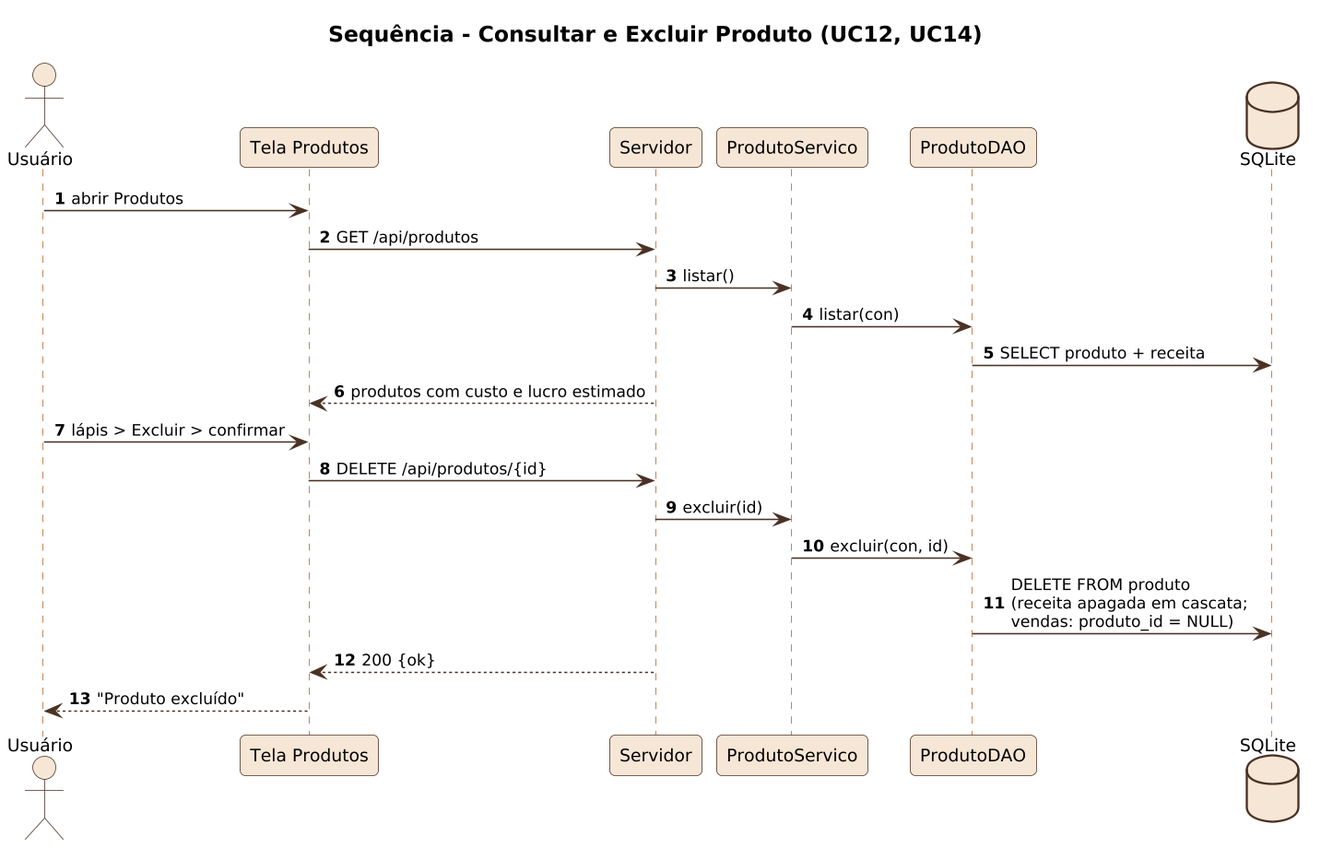
This is docs/diagramas/png/S09_seq_excluir_produto.png from Hallff/ConfeitaSys, a PlantUML export, as it was before one commit. The source it was exported from:
```plantuml
@startuml
!include _seq.iuml
title Sequência - Consultar e Excluir Produto (UC12, UC14)
actor Usuário as U
participant "Tela Produtos" as T
participant Servidor as S
participant ProdutoServico as PS
participant ProdutoDAO as PD
database SQLite as DB
U -> T : abrir Produtos
T -> S : GET /api/produtos
S -> PS : listar()
PS -> PD : listar(con)
PD -> DB : SELECT produto + receita
S --> T : produtos com custo e lucro estimado
U -> T : lápis > Excluir > confirmar
T -> S : DELETE /api/produtos/{id}
S -> PS : excluir(id)
PS -> PD : excluir(con, id)
PD -> DB : DELETE FROM produto\n(receita apagada em cascata;\nvendas: produto_id = NULL)
S --> T : 200 {ok}
T --> U : "Produto excluído"
@enduml
```
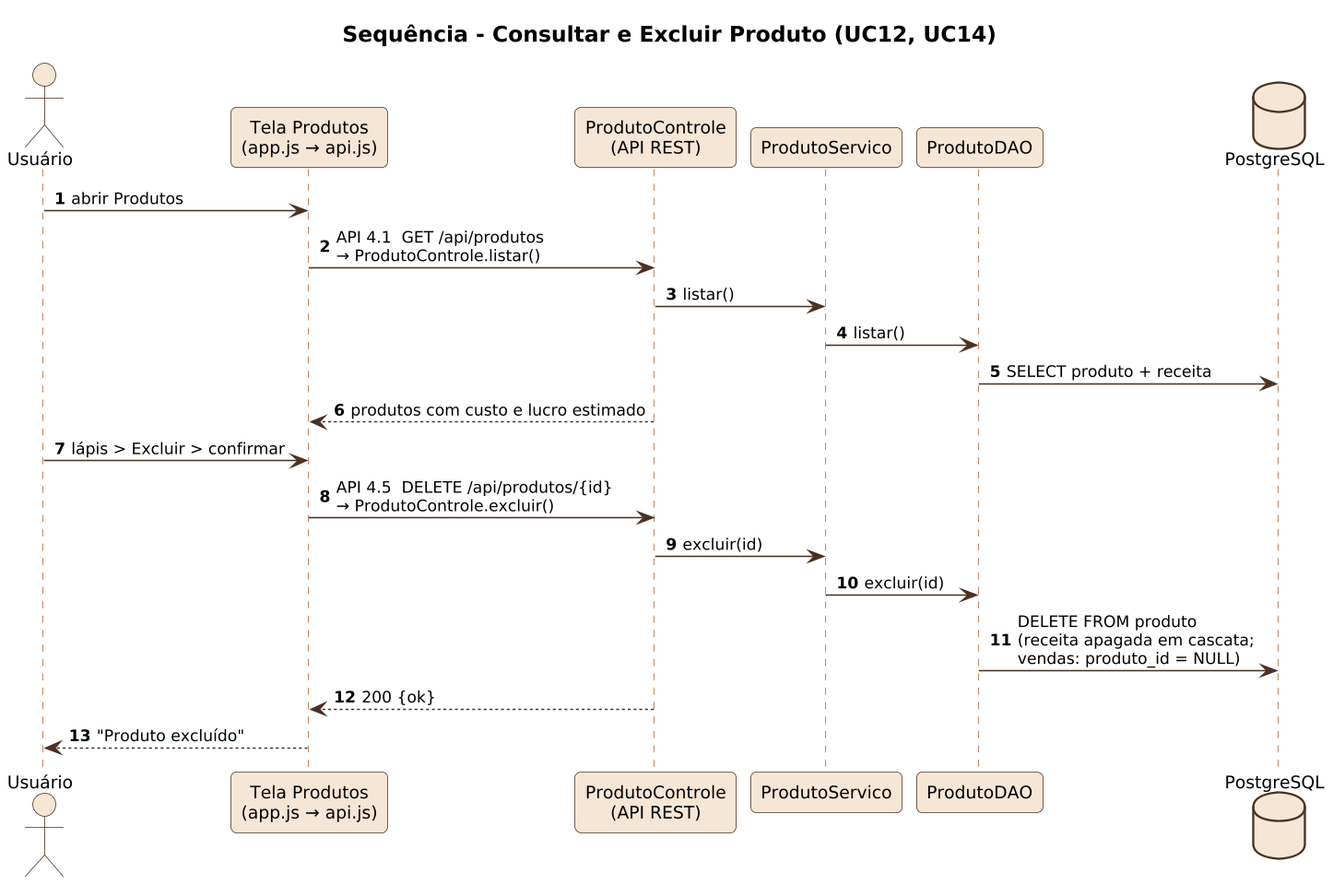
Later version of the same file.

What changed in the source:
```diff
@@ -2,21 +2,21 @@
 !include _seq.iuml
 title Sequência - Consultar e Excluir Produto (UC12, UC14)
 actor Usuário as U
-participant "Tela Produtos" as T
-participant Servidor as S
+participant "Tela Produtos\n(app.js → api.js)" as T
+participant "ProdutoControle\n(API REST)" as S
 participant ProdutoServico as PS
 participant ProdutoDAO as PD
-database SQLite as DB
+database "PostgreSQL" as DB
 U -> T : abrir Produtos
-T -> S : GET /api/produtos
+T -> S : API 4.1  GET /api/produtos\n→ ProdutoControle.listar()
 S -> PS : listar()
-PS -> PD : listar(con)
+PS -> PD : listar()
 PD -> DB : SELECT produto + receita
 S --> T : produtos com custo e lucro estimado
 U -> T : lápis > Excluir > confirmar
-T -> S : DELETE /api/produtos/{id}
+T -> S : API 4.5  DELETE /api/produtos/{id}\n→ ProdutoControle.excluir()
 S -> PS : excluir(id)
-PS -> PD : excluir(con, id)
+PS -> PD : excluir(id)
 PD -> DB : DELETE FROM produto\n(receita apagada em cascata;\nvendas: produto_id = NULL)
 S --> T : 200 {ok}
 T --> U : "Produto excluído"
```
